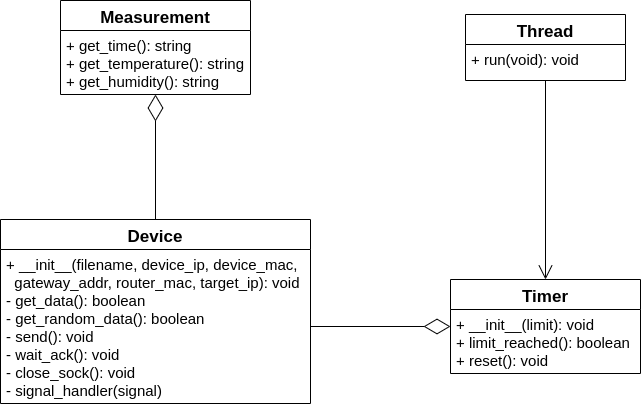
Earlier version of the draw.io export Relazione/img/UML_Device_Timer.png (daze0/reti-project). Source tidied: cells renumbered, new cells last; positions are measured from the earlier drawing's top-left corner, leaving out a move shared by most shapes.
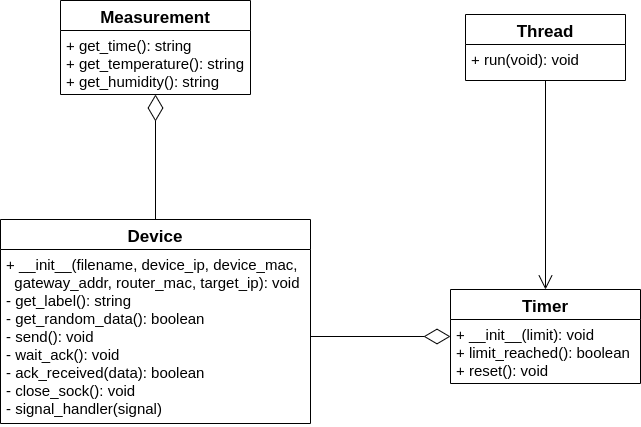
After the commit.

Change to the diagram source:
```diff
@@ -3,20 +3,20 @@
     <mxCell id="0" />
     <mxCell id="1" parent="0" />
     <mxCell id="2" value="Device&#10;" style="swimlane;fontStyle=1;align=center;verticalAlign=top;horizontal=1;startSize=30;fontSize=17;" parent="1" vertex="1">
-      <mxGeometry y="219" width="310" height="184" as="geometry" />
+      <mxGeometry y="219" width="310" height="204" as="geometry" />
     </mxCell>
-    <mxCell id="3" value="+ __init__(filename, device_ip, device_mac, &#10;  gateway_addr, router_mac, target_ip): void&#10;- get_data(): boolean&#10;- get_random_data(): boolean&#10;- send(): void&#10;- wait_ack(): void&#10;- close_sock(): void&#10;- signal_handler(signal)" style="text;strokeColor=none;fillColor=none;align=left;verticalAlign=top;spacingLeft=4;spacingRight=4;overflow=hidden;points=[[0,0.5],[1,0.5]];portConstraint=eastwest;fontSize=15;" parent="2" vertex="1">
-      <mxGeometry y="30" width="310" height="154" as="geometry" />
-    </mxCell>
+    <mxCell id="13" value="+ __init__(filename, device_ip, device_mac, &#10;  gateway_addr, router_mac, target_ip): void&#10;- get_label(): string&#10;- get_random_data(): boolean&#10;- send(): void&#10;- wait_ack(): void&#10;- ack_received(data): boolean&#10;- close_sock(): void&#10;- signal_handler(signal)" style="text;strokeColor=none;fillColor=none;align=left;verticalAlign=top;spacingLeft=4;spacingRight=4;overflow=hidden;points=[[0,0.5],[1,0.5]];portConstraint=eastwest;fontSize=15;" parent="2" vertex="1">
+      <mxGeometry y="30" width="310" height="174" as="geometry" />
+    </mxCell>
     <mxCell id="4" value="Timer&#10;" style="swimlane;fontStyle=1;align=center;verticalAlign=top;horizontal=1;startSize=30;fontSize=17;" parent="1" vertex="1">
-      <mxGeometry x="450" y="279" width="190" height="94" as="geometry" />
+      <mxGeometry x="450" y="289" width="190" height="94" as="geometry" />
     </mxCell>
     <mxCell id="5" value="+ __init__(limit): void&#10;+ limit_reached(): boolean&#10;+ reset(): void" style="text;strokeColor=none;fillColor=none;align=left;verticalAlign=top;spacingLeft=4;spacingRight=4;overflow=hidden;fontSize=15;" parent="4" vertex="1">
       <mxGeometry y="30" width="190" height="64" as="geometry" />
     </mxCell>
-    <mxCell id="6" style="endArrow=diamondThin;endFill=0;endSize=24;html=1;" parent="1" edge="1" source="3" target="4">
-      <mxGeometry relative="1" as="geometry" />
-    </mxCell>
+    <mxCell id="14" style="endArrow=diamondThin;endFill=0;endSize=24;html=1;" parent="1" edge="1" source="13" target="4">
+      <mxGeometry relative="1" as="geometry" />
+    </mxCell>
     <mxCell id="7" value="Thread" style="swimlane;fontStyle=1;align=center;verticalAlign=top;horizontal=1;startSize=30;fontSize=17;" parent="1" vertex="1">
       <mxGeometry x="465" y="14" width="160" height="66" as="geometry" />
     </mxCell>
```
